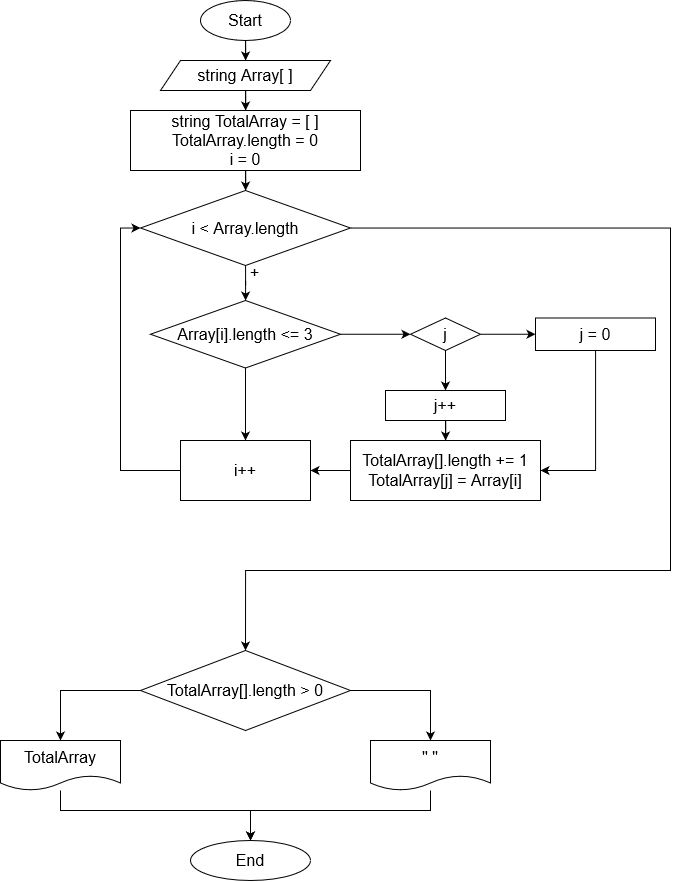
Before: Flowchart.drawio.png, a diagram exported from draw.io (AlexxxKo/resultHomework3Month). Source tidied: cells renumbered, new cells last; positions are measured from the earlier drawing's top-left corner, leaving out a move shared by most shapes.
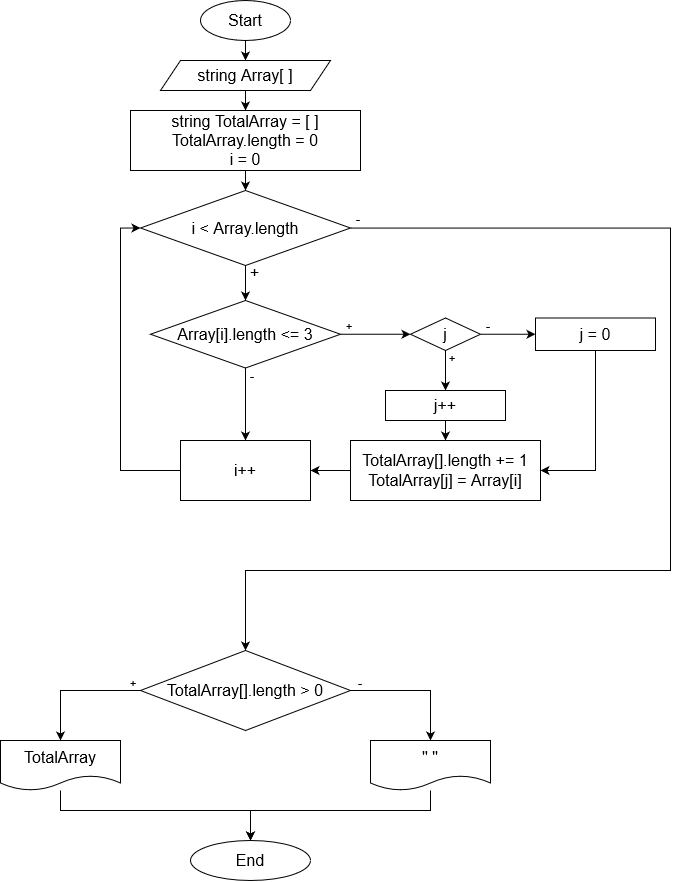
Later version of the same file.

Diff of the diagram source:
```diff
@@ -37,15 +37,30 @@
         </Array>
       </mxGeometry>
     </mxCell>
+    <mxCell id="34" value="-" style="edgeLabel;html=1;align=center;verticalAlign=middle;" parent="10" vertex="1">
+      <mxGeometry x="-0.98" y="2" relative="1" as="geometry">
+        <mxPoint x="-8" y="-8" as="offset" />
+      </mxGeometry>
+    </mxCell>
     <mxCell id="11" value="i &amp;lt; Array.length" style="rhombus;whiteSpace=wrap;html=1;fontSize=16;" parent="1" vertex="1">
       <mxGeometry x="140" y="190" width="210" height="75" as="geometry" />
     </mxCell>
     <mxCell id="12" style="edgeStyle=orthogonalEdgeStyle;rounded=0;jettySize=auto;html=1;fontSize=16;" parent="1" edge="1" source="14" target="18">
       <mxGeometry relative="1" as="geometry" />
     </mxCell>
+    <mxCell id="35" value="-" style="edgeLabel;html=1;align=center;verticalAlign=middle;" parent="12" vertex="1">
+      <mxGeometry x="-0.74" relative="1" as="geometry">
+        <mxPoint x="5" y="-3" as="offset" />
+      </mxGeometry>
+    </mxCell>
     <mxCell id="13" style="edgeStyle=orthogonalEdgeStyle;rounded=0;jettySize=auto;html=1;fontSize=16;" parent="1" edge="1" source="14" target="24">
       <mxGeometry relative="1" as="geometry" />
     </mxCell>
+    <mxCell id="36" value="+" style="edgeLabel;html=1;align=center;verticalAlign=middle;" parent="13" vertex="1">
+      <mxGeometry x="-0.63" relative="1" as="geometry">
+        <mxPoint x="-6" y="-9" as="offset" />
+      </mxGeometry>
+    </mxCell>
     <mxCell id="14" value="Array[i].length &amp;lt;= 3" style="rhombus;whiteSpace=wrap;html=1;fontSize=16;" parent="1" vertex="1">
       <mxGeometry x="150" y="300" width="190" height="67.5" as="geometry" />
     </mxCell>
@@ -69,18 +84,38 @@
     <mxCell id="19" style="edgeStyle=orthogonalEdgeStyle;rounded=0;jettySize=auto;html=1;fontSize=16;" parent="1" edge="1" source="21" target="30">
       <mxGeometry relative="1" as="geometry" />
     </mxCell>
+    <mxCell id="37" value="+" style="edgeLabel;html=1;align=center;verticalAlign=middle;" parent="19" vertex="1">
+      <mxGeometry x="-0.57" y="1" relative="1" as="geometry">
+        <mxPoint x="20" y="-10" as="offset" />
+      </mxGeometry>
+    </mxCell>
     <mxCell id="20" style="edgeStyle=orthogonalEdgeStyle;rounded=0;jettySize=auto;html=1;fontSize=16;" parent="1" edge="1" source="21" target="32">
       <mxGeometry relative="1" as="geometry" />
     </mxCell>
+    <mxCell id="38" value="-" style="edgeLabel;html=1;align=center;verticalAlign=middle;" parent="20" vertex="1">
+      <mxGeometry x="-0.88" y="1" relative="1" as="geometry">
+        <mxPoint y="-8" as="offset" />
+      </mxGeometry>
+    </mxCell>
     <mxCell id="21" value="TotalArray[].length &amp;gt; 0" style="rhombus;whiteSpace=wrap;html=1;fontSize=16;" parent="1" vertex="1">
       <mxGeometry x="140" y="650" width="210" height="80" as="geometry" />
     </mxCell>
     <mxCell id="22" style="edgeStyle=orthogonalEdgeStyle;rounded=0;jettySize=auto;html=1;fontSize=16;" parent="1" edge="1" source="24" target="26">
       <mxGeometry relative="1" as="geometry" />
     </mxCell>
+    <mxCell id="39" value="+" style="edgeLabel;html=1;align=center;verticalAlign=middle;" parent="22" vertex="1">
+      <mxGeometry x="-0.78" y="-1" relative="1" as="geometry">
+        <mxPoint x="6" y="2" as="offset" />
+      </mxGeometry>
+    </mxCell>
     <mxCell id="23" style="edgeStyle=orthogonalEdgeStyle;rounded=0;jettySize=auto;html=1;fontSize=16;" parent="1" edge="1" source="24" target="28">
       <mxGeometry relative="1" as="geometry" />
     </mxCell>
+    <mxCell id="40" value="-" style="edgeLabel;html=1;align=center;verticalAlign=middle;" parent="23" vertex="1">
+      <mxGeometry x="-0.66" y="-1" relative="1" as="geometry">
+        <mxPoint x="-4" y="-10" as="offset" />
+      </mxGeometry>
+    </mxCell>
     <mxCell id="24" value="j" style="rhombus;whiteSpace=wrap;html=1;fontSize=16;" parent="1" vertex="1">
       <mxGeometry x="410" y="317.5" width="70" height="32.5" as="geometry" />
     </mxCell>
```
